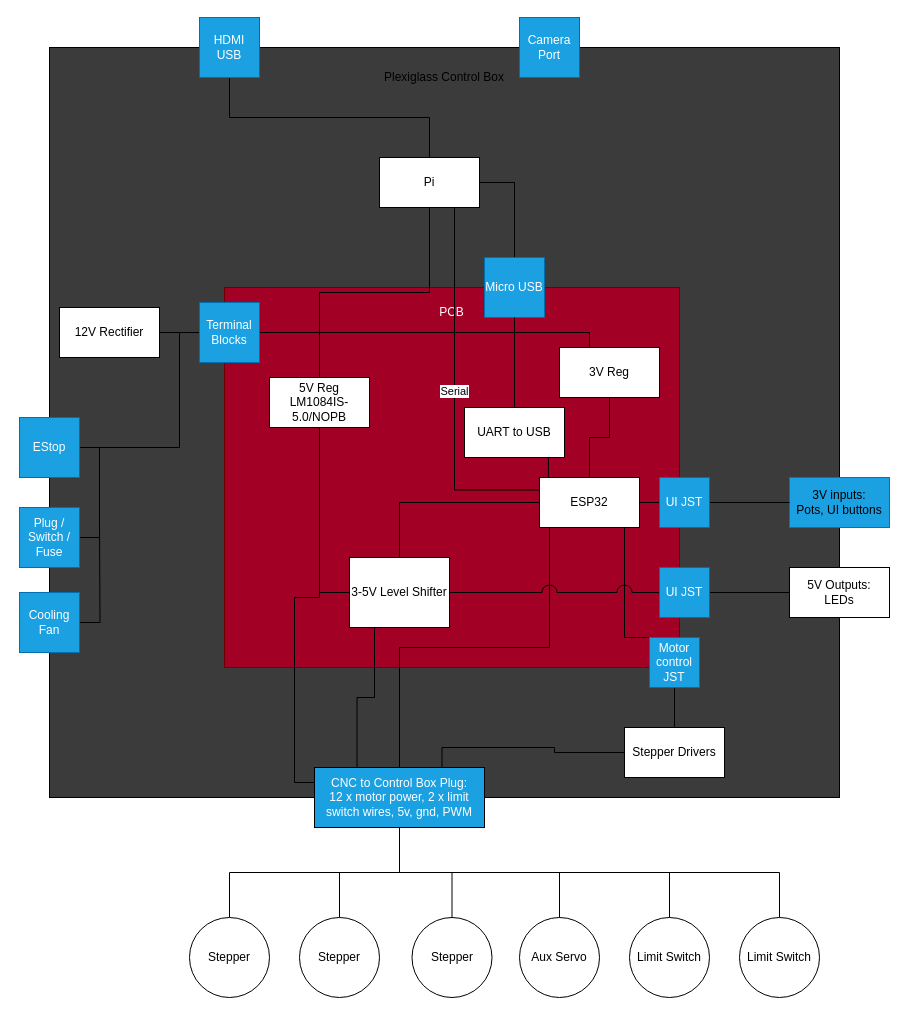
Above: page "HardwareDiagram" (1 of 4) of DesignDocs/DesignDiagrams.drawio in aerolicavoli/PancakeCNC (draw.io), before the change. Source tidied: cells renumbered, new cells numbered last; positions are measured from the earlier drawing's top-left corner, leaving out a move shared by most shapes. Both pictures are drawn from the tidied source at 100%, with x=0, y=0 at pixel (19, 17).
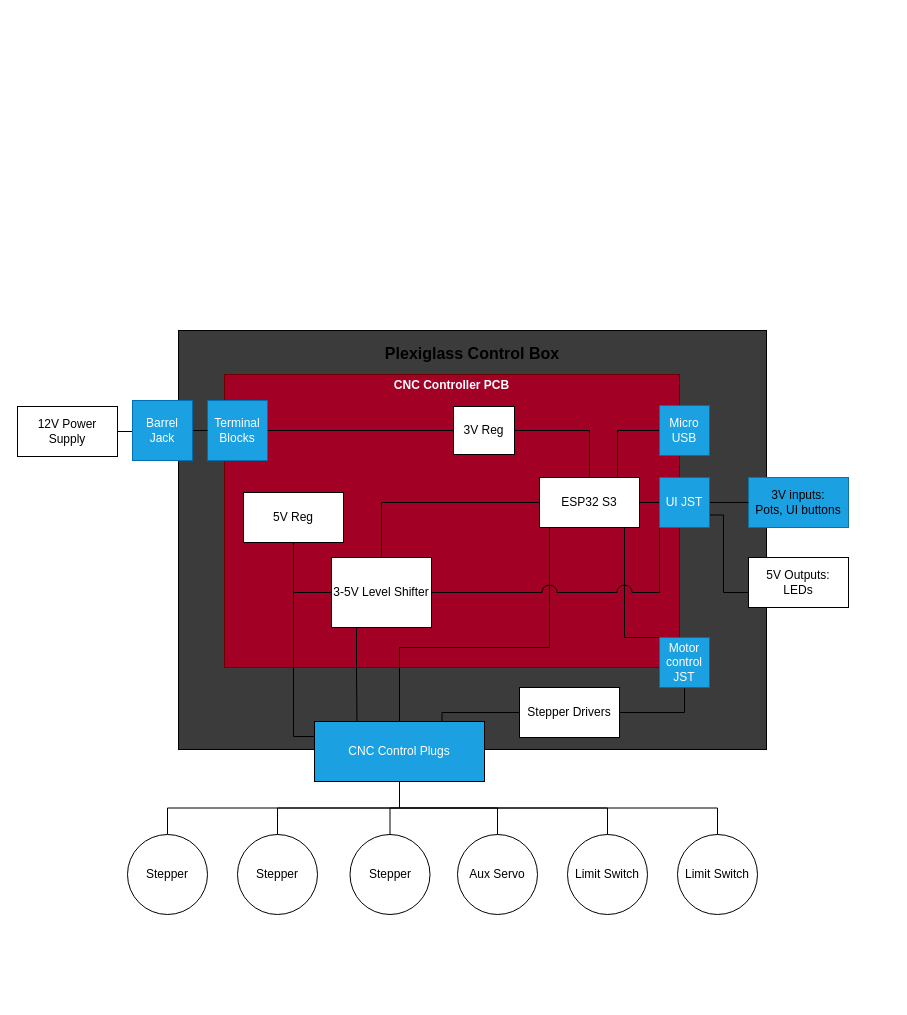
Above is the later version.

Unchanged cells that the change refers to:
```xml
<mxCell id="60" value="UI JST" style="whiteSpace=wrap;html=1;fillColor=#1ba1e2;fontColor=#ffffff;strokeColor=#006EAF;" parent="1" vertex="1">
  <mxGeometry x="640" y="460" width="50" height="50" as="geometry" />
</mxCell>
```

The edit, as a diff of the source:
```diff
@@
-<mxGraphModel>
+<mxGraphModel background="#ffffff">
@@
-    <mxCell id="2" value="Plexiglass Control Box&lt;div&gt;&lt;br&gt;&lt;/div&gt;&lt;div&gt;&lt;br&gt;&lt;/div&gt;&lt;div&gt;&lt;br&gt;&lt;/div&gt;&lt;div&gt;&lt;br&gt;&lt;/div&gt;&lt;div&gt;&lt;br&gt;&lt;/div&gt;&lt;div&gt;&lt;br&gt;&lt;/div&gt;&lt;div&gt;&lt;br&gt;&lt;/div&gt;&lt;div&gt;&lt;br&gt;&lt;/div&gt;&lt;div&gt;&lt;br&gt;&lt;/div&gt;&lt;div&gt;&lt;br&gt;&lt;/div&gt;&lt;div&gt;&lt;br&gt;&lt;/div&gt;&lt;div&gt;&lt;br&gt;&lt;/div&gt;&lt;div&gt;&lt;br&gt;&lt;/div&gt;&lt;div&gt;&lt;br&gt;&lt;/div&gt;&lt;div&gt;&lt;br&gt;&lt;/div&gt;&lt;div&gt;&lt;br&gt;&lt;/div&gt;&lt;div&gt;&lt;br&gt;&lt;/div&gt;&lt;div&gt;&lt;br&gt;&lt;/div&gt;&lt;div&gt;&lt;br&gt;&lt;/div&gt;&lt;div&gt;&lt;br&gt;&lt;/div&gt;&lt;div&gt;&lt;br&gt;&lt;/div&gt;&lt;div&gt;&lt;br&gt;&lt;/div&gt;&lt;div&gt;&lt;br&gt;&lt;/div&gt;&lt;div&gt;&lt;br&gt;&lt;/div&gt;&lt;div&gt;&lt;br&gt;&lt;/div&gt;&lt;div&gt;&lt;br&gt;&lt;/div&gt;&lt;div&gt;&lt;br&gt;&lt;/div&gt;&lt;div&gt;&lt;br&gt;&lt;/div&gt;&lt;div&gt;&lt;br&gt;&lt;/div&gt;&lt;div&gt;&lt;br&gt;&lt;/div&gt;&lt;div&gt;&lt;br&gt;&lt;/div&gt;&lt;div&gt;&lt;br&gt;&lt;/div&gt;&lt;div&gt;&lt;br&gt;&lt;/div&gt;&lt;div&gt;&lt;br&gt;&lt;/div&gt;&lt;div&gt;&lt;br&gt;&lt;/div&gt;&lt;div&gt;&lt;br&gt;&lt;/div&gt;&lt;div&gt;&lt;br&gt;&lt;/div&gt;&lt;div&gt;&lt;br&gt;&lt;/div&gt;&lt;div&gt;&lt;br&gt;&lt;/div&gt;&lt;div&gt;&lt;br&gt;&lt;/div&gt;&lt;div&gt;&lt;br&gt;&lt;/div&gt;&lt;div&gt;&lt;br&gt;&lt;/div&gt;&lt;div&gt;&lt;br&gt;&lt;/div&gt;&lt;div&gt;&lt;br&gt;&lt;/div&gt;&lt;div&gt;&lt;br&gt;&lt;/div&gt;&lt;div&gt;&lt;br&gt;&lt;/div&gt;&lt;div&gt;&lt;br&gt;&lt;/div&gt;&lt;div&gt;&lt;br&gt;&lt;/div&gt;" style="rounded=0;whiteSpace=wrap;html=1;fillStyle=solid;fillColor=#3B3B3B;" parent="1" vertex="1">
-      <mxGeometry x="30" y="30" width="790" height="750" as="geometry" />
+    <mxCell id="2" value="&lt;font style=&quot;font-size: 16px;&quot;&gt;&lt;b&gt;Plexiglass Control Box&lt;/b&gt;&lt;/font&gt;&lt;div&gt;&lt;br&gt;&lt;/div&gt;&lt;div&gt;&lt;br&gt;&lt;/div&gt;&lt;div&gt;&lt;br&gt;&lt;/div&gt;&lt;div&gt;&lt;br&gt;&lt;/div&gt;&lt;div&gt;&lt;br&gt;&lt;/div&gt;&lt;div&gt;&lt;br&gt;&lt;/div&gt;&lt;div&gt;&lt;br&gt;&lt;/div&gt;&lt;div&gt;&lt;br&gt;&lt;/div&gt;&lt;div&gt;&lt;br&gt;&lt;/div&gt;&lt;div&gt;&lt;br&gt;&lt;/div&gt;&lt;div&gt;&lt;br&gt;&lt;/div&gt;&lt;div&gt;&lt;br&gt;&lt;/div&gt;&lt;div&gt;&lt;br&gt;&lt;/div&gt;&lt;div&gt;&lt;br&gt;&lt;/div&gt;&lt;div&gt;&lt;br&gt;&lt;/div&gt;&lt;div&gt;&lt;br&gt;&lt;/div&gt;&lt;div&gt;&lt;br&gt;&lt;/div&gt;&lt;div&gt;&lt;br&gt;&lt;/div&gt;&lt;div&gt;&lt;br&gt;&lt;/div&gt;&lt;div&gt;&lt;br&gt;&lt;/div&gt;&lt;div&gt;&lt;br&gt;&lt;/div&gt;&lt;div&gt;&lt;br&gt;&lt;/div&gt;&lt;div&gt;&lt;br&gt;&lt;/div&gt;&lt;div&gt;&lt;br&gt;&lt;/div&gt;&lt;div&gt;&lt;br&gt;&lt;/div&gt;&lt;div&gt;&lt;br&gt;&lt;/div&gt;" style="rounded=0;whiteSpace=wrap;html=1;fillStyle=solid;fillColor=#3B3B3B;" parent="1" vertex="1">
+      <mxGeometry x="159" y="313" width="588" height="419" as="geometry" />
     </mxCell>
-    <mxCell id="3" value="PCB&lt;div&gt;&lt;br&gt;&lt;/div&gt;&lt;div&gt;&lt;br&gt;&lt;/div&gt;&lt;div&gt;&lt;br&gt;&lt;/div&gt;&lt;div&gt;&lt;br&gt;&lt;/div&gt;&lt;div&gt;&lt;br&gt;&lt;/div&gt;&lt;div&gt;&lt;br&gt;&lt;/div&gt;&lt;div&gt;&lt;br&gt;&lt;/div&gt;&lt;div&gt;&lt;br&gt;&lt;/div&gt;&lt;div&gt;&lt;br&gt;&lt;/div&gt;&lt;div&gt;&lt;br&gt;&lt;/div&gt;&lt;div&gt;&lt;br&gt;&lt;/div&gt;&lt;div&gt;&lt;br&gt;&lt;/div&gt;&lt;div&gt;&lt;br&gt;&lt;/div&gt;&lt;div&gt;&lt;br&gt;&lt;/div&gt;&lt;div&gt;&lt;br&gt;&lt;/div&gt;&lt;div&gt;&lt;br&gt;&lt;/div&gt;&lt;div&gt;&lt;br&gt;&lt;/div&gt;&lt;div&gt;&lt;br&gt;&lt;/div&gt;&lt;div&gt;&lt;br&gt;&lt;/div&gt;&lt;div&gt;&lt;br&gt;&lt;/div&gt;&lt;div&gt;&lt;br&gt;&lt;/div&gt;&lt;div&gt;&lt;br&gt;&lt;/div&gt;&lt;div&gt;&lt;br&gt;&lt;/div&gt;" style="rounded=0;whiteSpace=wrap;html=1;fillColor=#a20025;fontColor=#ffffff;strokeColor=#6F0000;" parent="1" vertex="1">
-      <mxGeometry x="205" y="270" width="455" height="380" as="geometry" />
+    <mxCell id="3" value="&lt;b&gt;CNC Controller PCB&lt;/b&gt;&lt;div&gt;&lt;br&gt;&lt;/div&gt;&lt;div&gt;&lt;br&gt;&lt;/div&gt;&lt;div&gt;&lt;br&gt;&lt;/div&gt;&lt;div&gt;&lt;br&gt;&lt;/div&gt;&lt;div&gt;&lt;br&gt;&lt;/div&gt;&lt;div&gt;&lt;br&gt;&lt;/div&gt;&lt;div&gt;&lt;br&gt;&lt;/div&gt;&lt;div&gt;&lt;br&gt;&lt;/div&gt;&lt;div&gt;&lt;br&gt;&lt;/div&gt;&lt;div&gt;&lt;br&gt;&lt;/div&gt;&lt;div&gt;&lt;br&gt;&lt;/div&gt;&lt;div&gt;&lt;br&gt;&lt;/div&gt;&lt;div&gt;&lt;br&gt;&lt;/div&gt;&lt;div&gt;&lt;br&gt;&lt;/div&gt;&lt;div&gt;&lt;br&gt;&lt;/div&gt;&lt;div&gt;&lt;br&gt;&lt;/div&gt;&lt;div&gt;&lt;br&gt;&lt;/div&gt;&lt;div&gt;&lt;br&gt;&lt;/div&gt;&lt;div&gt;&lt;br&gt;&lt;/div&gt;" style="rounded=0;whiteSpace=wrap;html=1;fillColor=#a20025;fontColor=#ffffff;strokeColor=#6F0000;" parent="1" vertex="1">
+      <mxGeometry x="205" y="357" width="455" height="293" as="geometry" />
     </mxCell>
-    <mxCell id="4" style="edgeStyle=orthogonalEdgeStyle;rounded=0;jettySize=auto;html=1;exitX=0.5;exitY=0;exitDx=0;exitDy=0;entryX=1;entryY=0.5;entryDx=0;entryDy=0;endArrow=none;endFill=0;" parent="1" edge="1" source="7" target="10">
-      <mxGeometry relative="1" as="geometry" />
-    </mxCell>
@@
-    <mxCell id="7" value="5V Reg&lt;div&gt;LM1084IS-5.0/NOPB&lt;br&gt;&lt;/div&gt;" style="rounded=0;whiteSpace=wrap;html=1;" parent="1" vertex="1">
-      <mxGeometry x="250" y="360" width="100" height="50" as="geometry" />
+    <mxCell id="7" value="5V Reg" style="rounded=0;whiteSpace=wrap;html=1;" parent="1" vertex="1">
+      <mxGeometry x="224" y="475" width="100" height="50" as="geometry" />
     </mxCell>
     <mxCell id="8" value="3V Reg" style="rounded=0;whiteSpace=wrap;html=1;" parent="1" vertex="1">
-      <mxGeometry x="540" y="330" width="100" height="50" as="geometry" />
+      <mxGeometry x="434" y="389" width="61" height="48" as="geometry" />
     </mxCell>
-    <mxCell id="9" style="edgeStyle=orthogonalEdgeStyle;rounded=0;jettySize=auto;html=1;exitX=1;exitY=0.5;exitDx=0;exitDy=0;entryX=0.5;entryY=0;entryDx=0;entryDy=0;endArrow=none;endFill=0;" parent="1" edge="1" source="10" target="8">
+    <mxCell id="9" style="edgeStyle=orthogonalEdgeStyle;rounded=0;jettySize=auto;html=1;exitX=1;exitY=0.5;exitDx=0;exitDy=0;entryX=0;entryY=0.5;entryDx=0;entryDy=0;endArrow=none;endFill=0;" parent="1" edge="1" source="22" target="8">
       <mxGeometry relative="1" as="geometry">
         <Array as="points">
-          <mxPoint x="570" y="315" />
+          <mxPoint x="243" y="404" />
         </Array>
       </mxGeometry>
     </mxCell>
+    <mxCell id="61" style="edgeStyle=orthogonalEdgeStyle;rounded=0;jettySize=auto;html=1;exitX=1;exitY=0.5;exitDx=0;exitDy=0;entryX=0;entryY=0.5;entryDx=0;entryDy=0;strokeColor=#000000;endArrow=none;endFill=0;" parent="1" edge="1" source="10" target="63">
+      <mxGeometry relative="1" as="geometry" />
+    </mxCell>
-    <mxCell id="10" value="12V Rectifier" style="rounded=0;whiteSpace=wrap;html=1;" parent="1" vertex="1">
-      <mxGeometry x="40" y="290" width="100" height="50" as="geometry" />
+    <mxCell id="10" value="12V Power Supply" style="rounded=0;whiteSpace=wrap;html=1;" parent="1" vertex="1">
+      <mxGeometry x="-2" y="389" width="100" height="50" as="geometry" />
     </mxCell>
     <mxCell id="11" value="3V inputs:&lt;div&gt;Pots, UI buttons&lt;/div&gt;" style="rounded=0;whiteSpace=wrap;html=1;fillColor=#1ba1e2;strokeColor=#10739e;" parent="1" vertex="1">
-      <mxGeometry x="770" y="460" width="100" height="50" as="geometry" />
+      <mxGeometry x="729" y="460" width="100" height="50" as="geometry" />
     </mxCell>
@@
-    <mxCell id="13" style="edgeStyle=orthogonalEdgeStyle;rounded=0;jettySize=auto;html=1;exitX=0.5;exitY=0;exitDx=0;exitDy=0;entryX=0.5;entryY=1;entryDx=0;entryDy=0;endArrow=none;endFill=0;" parent="1" edge="1" source="17" target="8">
+    <mxCell id="13" style="edgeStyle=orthogonalEdgeStyle;rounded=0;jettySize=auto;html=1;exitX=0.5;exitY=0;exitDx=0;exitDy=0;entryX=1;entryY=0.5;entryDx=0;entryDy=0;endArrow=none;endFill=0;" parent="1" edge="1" source="17" target="8">
       <mxGeometry relative="1" as="geometry" />
     </mxCell>
@@
-    <mxCell id="17" value="ESP32" style="rounded=0;whiteSpace=wrap;html=1;" parent="1" vertex="1">
+    <mxCell id="17" value="ESP32 S3" style="rounded=0;whiteSpace=wrap;html=1;" parent="1" vertex="1">
       <mxGeometry x="520" y="460" width="100" height="50" as="geometry" />
     </mxCell>
-    <mxCell id="18" style="edgeStyle=orthogonalEdgeStyle;rounded=0;jettySize=auto;html=1;exitX=1;exitY=0.5;exitDx=0;exitDy=0;endArrow=none;endFill=0;jumpStyle=arc;jumpSize=15;" parent="1" edge="1" source="58" target="21">
-      <mxGeometry relative="1" as="geometry" />
+    <mxCell id="18" style="edgeStyle=orthogonalEdgeStyle;rounded=0;jettySize=auto;html=1;exitX=1;exitY=0.75;exitDx=0;exitDy=0;endArrow=none;endFill=0;jumpStyle=arc;jumpSize=15;" parent="1" edge="1" source="60" target="21">
+      <mxGeometry relative="1" as="geometry">
+        <Array as="points">
+          <mxPoint x="704" y="498" />
+          <mxPoint x="704" y="575" />
+        </Array>
+      </mxGeometry>
     </mxCell>
@@
     <mxCell id="20" value="3-5V Level Shifter" style="rounded=0;whiteSpace=wrap;html=1;" parent="1" vertex="1">
-      <mxGeometry x="330" y="540" width="100" height="70" as="geometry" />
+      <mxGeometry x="312" y="540" width="100" height="70" as="geometry" />
     </mxCell>
     <mxCell id="21" value="5V Outputs:&lt;div&gt;LEDs&lt;/div&gt;" style="rounded=0;whiteSpace=wrap;html=1;" parent="1" vertex="1">
-      <mxGeometry x="770" y="550" width="100" height="50" as="geometry" />
+      <mxGeometry x="729" y="540" width="100" height="50" as="geometry" />
     </mxCell>
     <mxCell id="22" value="Terminal Blocks" style="whiteSpace=wrap;html=1;fillColor=#1ba1e2;fontColor=#ffffff;strokeColor=#006EAF;" parent="1" vertex="1">
-      <mxGeometry x="180" y="285" width="60" height="60" as="geometry" />
+      <mxGeometry x="188" y="383" width="60" height="60" as="geometry" />
     </mxCell>
@@
     <mxCell id="24" value="Motor control JST" style="whiteSpace=wrap;html=1;fillColor=#1ba1e2;fontColor=#ffffff;strokeColor=#006EAF;" parent="1" vertex="1">
-      <mxGeometry x="630" y="620" width="50" height="50" as="geometry" />
+      <mxGeometry x="640" y="620" width="50" height="50" as="geometry" />
     </mxCell>
     <mxCell id="25" style="edgeStyle=orthogonalEdgeStyle;rounded=0;jettySize=auto;html=1;exitX=0;exitY=0.5;exitDx=0;exitDy=0;entryX=0.75;entryY=0;entryDx=0;entryDy=0;endArrow=none;endFill=0;" parent="1" edge="1" source="26" target="34">
-      <mxGeometry relative="1" as="geometry" />
+      <mxGeometry relative="1" as="geometry">
+        <Array as="points">
+          <mxPoint x="423" y="695" />
+        </Array>
+      </mxGeometry>
     </mxCell>
     <mxCell id="26" value="Stepper Drivers" style="rounded=0;whiteSpace=wrap;html=1;" parent="1" vertex="1">
-      <mxGeometry x="605" y="710" width="100" height="50" as="geometry" />
+      <mxGeometry x="500" y="670" width="100" height="50" as="geometry" />
     </mxCell>
-    <mxCell id="27" style="edgeStyle=orthogonalEdgeStyle;rounded=0;jettySize=auto;html=1;exitX=1;exitY=0.5;exitDx=0;exitDy=0;entryX=1;entryY=0.5;entryDx=0;entryDy=0;endArrow=none;endFill=0;" parent="1" edge="1" source="28" target="30">
-      <mxGeometry relative="1" as="geometry" />
-    </mxCell>
-    <mxCell id="28" value="Plug / Switch / Fuse" style="whiteSpace=wrap;html=1;fillColor=#1ba1e2;fontColor=#ffffff;strokeColor=#006EAF;" parent="1" vertex="1">
-      <mxGeometry y="490" width="60" height="60" as="geometry" />
-    </mxCell>
-    <mxCell id="29" style="edgeStyle=orthogonalEdgeStyle;rounded=0;jettySize=auto;html=1;exitX=1;exitY=0.5;exitDx=0;exitDy=0;entryX=1;entryY=0.5;entryDx=0;entryDy=0;endArrow=none;endFill=0;" parent="1" edge="1" source="30" target="10">
-      <mxGeometry relative="1" as="geometry" />
-    </mxCell>
-    <mxCell id="30" value="EStop" style="whiteSpace=wrap;html=1;fillColor=#1ba1e2;fontColor=#ffffff;strokeColor=#006EAF;" parent="1" vertex="1">
-      <mxGeometry y="400" width="60" height="60" as="geometry" />
-    </mxCell>
-    <mxCell id="31" style="edgeStyle=orthogonalEdgeStyle;rounded=0;jettySize=auto;html=1;exitX=1;exitY=0.5;exitDx=0;exitDy=0;endArrow=none;endFill=0;" parent="1" edge="1" source="32">
-      <mxGeometry relative="1" as="geometry">
-        <mxPoint x="80" y="510" as="targetPoint" />
-      </mxGeometry>
-    </mxCell>
-    <mxCell id="32" value="Cooling Fan" style="whiteSpace=wrap;html=1;fillColor=#1ba1e2;fontColor=#ffffff;strokeColor=#006EAF;" parent="1" vertex="1">
-      <mxGeometry y="575" width="60" height="60" as="geometry" />
-    </mxCell>
-    <mxCell id="33" style="edgeStyle=orthogonalEdgeStyle;rounded=0;jettySize=auto;html=1;exitX=0.5;exitY=1;exitDx=0;exitDy=0;entryX=0.5;entryY=0;entryDx=0;entryDy=0;endArrow=none;endFill=0;" parent="1" edge="1" source="34" target="35">
+    <mxCell id="33" style="edgeStyle=orthogonalEdgeStyle;rounded=0;jettySize=auto;html=1;exitX=0.5;exitY=1;exitDx=0;exitDy=0;entryX=0.5;entryY=0;entryDx=0;entryDy=0;endArrow=none;endFill=0;strokeColor=#000000;" parent="1" edge="1" source="34" target="35">
       <mxGeometry relative="1" as="geometry" />
     </mxCell>
-    <mxCell id="34" value="&lt;span style=&quot;color: rgb(255, 255, 255);&quot;&gt;CNC to Control Box Plug:&lt;/span&gt;&lt;br style=&quot;color: rgb(255, 255, 255);&quot;&gt;&lt;span style=&quot;color: rgb(255, 255, 255);&quot;&gt;12 x motor power, 2 x limit switch wires, 5v, gnd, PWM&lt;/span&gt;" style="rounded=0;whiteSpace=wrap;html=1;fillColor=#1ba1e2;" parent="1" vertex="1">
-      <mxGeometry x="295" y="750" width="170" height="60" as="geometry" />
+    <mxCell id="34" value="&lt;font color=&quot;#ffffff&quot;&gt;CNC Control Plugs&lt;/font&gt;" style="rounded=0;whiteSpace=wrap;html=1;fillColor=#1ba1e2;" parent="1" vertex="1">
+      <mxGeometry x="295" y="704" width="170" height="60" as="geometry" />
     </mxCell>
-    <mxCell id="35" value="Stepper" style="ellipse;whiteSpace=wrap;html=1;" parent="1" vertex="1">
-      <mxGeometry x="170" y="900" width="80" height="80" as="geometry" />
+    <mxCell id="35" value="Stepper" style="ellipse;whiteSpace=wrap;html=1;strokeColor=#000000;" parent="1" vertex="1">
+      <mxGeometry x="108" y="817" width="80" height="80" as="geometry" />
     </mxCell>
-    <mxCell id="36" value="Stepper" style="ellipse;whiteSpace=wrap;html=1;" parent="1" vertex="1">
-      <mxGeometry x="280" y="900" width="80" height="80" as="geometry" />
+    <mxCell id="36" value="Stepper" style="ellipse;whiteSpace=wrap;html=1;strokeColor=#000000;" parent="1" vertex="1">
+      <mxGeometry x="218" y="817" width="80" height="80" as="geometry" />
     </mxCell>
-    <mxCell id="37" value="Stepper" style="ellipse;whiteSpace=wrap;html=1;" parent="1" vertex="1">
-      <mxGeometry x="392.5" y="900" width="80" height="80" as="geometry" />
+    <mxCell id="37" value="Stepper" style="ellipse;whiteSpace=wrap;html=1;strokeColor=#000000;" parent="1" vertex="1">
+      <mxGeometry x="330.5" y="817" width="80" height="80" as="geometry" />
     </mxCell>
-    <mxCell id="38" value="Aux Servo" style="ellipse;whiteSpace=wrap;html=1;" parent="1" vertex="1">
-      <mxGeometry x="500" y="900" width="80" height="80" as="geometry" />
+    <mxCell id="38" value="Aux Servo" style="ellipse;whiteSpace=wrap;html=1;strokeColor=#000000;" parent="1" vertex="1">
+      <mxGeometry x="438" y="817" width="80" height="80" as="geometry" />
     </mxCell>
-    <mxCell id="39" value="Limit Switch" style="ellipse;whiteSpace=wrap;html=1;" parent="1" vertex="1">
-      <mxGeometry x="610" y="900" width="80" height="80" as="geometry" />
+    <mxCell id="39" value="Limit Switch" style="ellipse;whiteSpace=wrap;html=1;strokeColor=#000000;" parent="1" vertex="1">
+      <mxGeometry x="548" y="817" width="80" height="80" as="geometry" />
     </mxCell>
-    <mxCell id="40" value="Limit Switch" style="ellipse;whiteSpace=wrap;html=1;" parent="1" vertex="1">
-      <mxGeometry x="720" y="900" width="80" height="80" as="geometry" />
+    <mxCell id="40" value="Limit Switch" style="ellipse;whiteSpace=wrap;html=1;strokeColor=#000000;" parent="1" vertex="1">
+      <mxGeometry x="658" y="817" width="80" height="80" as="geometry" />
     </mxCell>
-    <mxCell id="41" style="edgeStyle=orthogonalEdgeStyle;rounded=0;jettySize=auto;html=1;exitX=0.5;exitY=1;exitDx=0;exitDy=0;entryX=0.5;entryY=0;entryDx=0;entryDy=0;endArrow=none;endFill=0;" parent="1" edge="1" source="34" target="36">
+    <mxCell id="41" style="edgeStyle=orthogonalEdgeStyle;rounded=0;jettySize=auto;html=1;exitX=0.5;exitY=1;exitDx=0;exitDy=0;entryX=0.5;entryY=0;entryDx=0;entryDy=0;endArrow=none;endFill=0;strokeColor=#000000;" parent="1" edge="1" source="34" target="36">
       <mxGeometry relative="1" as="geometry" />
     </mxCell>
-    <mxCell id="42" style="edgeStyle=orthogonalEdgeStyle;rounded=0;jettySize=auto;html=1;exitX=0.5;exitY=1;exitDx=0;exitDy=0;entryX=0.5;entryY=0;entryDx=0;entryDy=0;endArrow=none;endFill=0;" parent="1" edge="1" source="34" target="37">
+    <mxCell id="42" style="edgeStyle=orthogonalEdgeStyle;rounded=0;jettySize=auto;html=1;exitX=0.5;exitY=1;exitDx=0;exitDy=0;entryX=0.5;entryY=0;entryDx=0;entryDy=0;endArrow=none;endFill=0;strokeColor=#000000;" parent="1" edge="1" source="34" target="37">
       <mxGeometry relative="1" as="geometry" />
     </mxCell>
-    <mxCell id="43" style="edgeStyle=orthogonalEdgeStyle;rounded=0;jettySize=auto;html=1;exitX=0.5;exitY=1;exitDx=0;exitDy=0;endArrow=none;endFill=0;" parent="1" edge="1" source="34" target="38">
+    <mxCell id="43" style="edgeStyle=orthogonalEdgeStyle;rounded=0;jettySize=auto;html=1;exitX=0.5;exitY=1;exitDx=0;exitDy=0;endArrow=none;endFill=0;strokeColor=#000000;" parent="1" edge="1" source="34" target="38">
       <mxGeometry relative="1" as="geometry" />
     </mxCell>
-    <mxCell id="44" style="edgeStyle=orthogonalEdgeStyle;rounded=0;jettySize=auto;html=1;exitX=0.5;exitY=1;exitDx=0;exitDy=0;endArrow=none;endFill=0;entryX=0.5;entryY=0;entryDx=0;entryDy=0;" parent="1" edge="1" source="34" target="39">
+    <mxCell id="44" style="edgeStyle=orthogonalEdgeStyle;rounded=0;jettySize=auto;html=1;exitX=0.5;exitY=1;exitDx=0;exitDy=0;endArrow=none;endFill=0;entryX=0.5;entryY=0;entryDx=0;entryDy=0;strokeColor=#000000;" parent="1" edge="1" source="34" target="39">
       <mxGeometry relative="1" as="geometry" />
     </mxCell>
-    <mxCell id="45" style="edgeStyle=orthogonalEdgeStyle;rounded=0;jettySize=auto;html=1;exitX=0.5;exitY=1;exitDx=0;exitDy=0;endArrow=none;endFill=0;entryX=0.5;entryY=0;entryDx=0;entryDy=0;" parent="1" edge="1" source="34" target="40">
+    <mxCell id="45" style="edgeStyle=orthogonalEdgeStyle;rounded=0;jettySize=auto;html=1;exitX=0.5;exitY=1;exitDx=0;exitDy=0;endArrow=none;endFill=0;entryX=0.5;entryY=0;entryDx=0;entryDy=0;strokeColor=#000000;" parent="1" edge="1" source="34" target="40">
       <mxGeometry relative="1" as="geometry" />
     </mxCell>
-    <mxCell id="46" style="edgeStyle=orthogonalEdgeStyle;rounded=0;jettySize=auto;html=1;exitX=0.5;exitY=1;exitDx=0;exitDy=0;endArrow=none;endFill=0;" parent="1" edge="1" source="48" target="7">
-      <mxGeometry relative="1" as="geometry" />
-    </mxCell>
-    <mxCell id="47" value="Serial" style="edgeStyle=orthogonalEdgeStyle;rounded=0;jettySize=auto;html=1;exitX=0.75;exitY=1;exitDx=0;exitDy=0;entryX=0;entryY=0.25;entryDx=0;entryDy=0;endArrow=none;endFill=0;" parent="1" edge="1" source="48" target="17">
-      <mxGeometry relative="1" as="geometry" />
-    </mxCell>
-    <mxCell id="48" value="Pi" style="rounded=0;whiteSpace=wrap;html=1;" parent="1" vertex="1">
-      <mxGeometry x="360" y="140" width="100" height="50" as="geometry" />
-    </mxCell>
-    <mxCell id="49" style="edgeStyle=orthogonalEdgeStyle;rounded=0;jettySize=auto;html=1;exitX=0.5;exitY=1;exitDx=0;exitDy=0;entryX=0.5;entryY=0;entryDx=0;entryDy=0;endArrow=none;endFill=0;" parent="1" edge="1" source="50" target="48">
-      <mxGeometry relative="1" as="geometry" />
-    </mxCell>
-    <mxCell id="50" value="HDMI&lt;div&gt;USB&lt;/div&gt;" style="whiteSpace=wrap;html=1;fillColor=#1ba1e2;fontColor=#ffffff;strokeColor=#006EAF;" parent="1" vertex="1">
-      <mxGeometry x="180" width="60" height="60" as="geometry" />
-    </mxCell>
-    <mxCell id="51" style="edgeStyle=orthogonalEdgeStyle;rounded=0;jettySize=auto;html=1;exitX=0.5;exitY=0;exitDx=0;exitDy=0;entryX=1;entryY=0.5;entryDx=0;entryDy=0;endArrow=none;endFill=0;" parent="1" edge="1" source="52" target="48">
-      <mxGeometry relative="1" as="geometry" />
-    </mxCell>
-    <mxCell id="52" value="Micro USB" style="whiteSpace=wrap;html=1;fillColor=#1ba1e2;fontColor=#ffffff;strokeColor=#006EAF;" parent="1" vertex="1">
-      <mxGeometry x="465" y="240" width="60" height="60" as="geometry" />
-    </mxCell>
-    <mxCell id="53" style="edgeStyle=orthogonalEdgeStyle;rounded=0;jettySize=auto;html=1;exitX=0.5;exitY=0;exitDx=0;exitDy=0;entryX=0.5;entryY=1;entryDx=0;entryDy=0;endArrow=none;endFill=0;" parent="1" edge="1" source="54" target="52">
-      <mxGeometry relative="1" as="geometry" />
+    <mxCell id="53" style="edgeStyle=orthogonalEdgeStyle;rounded=0;jettySize=auto;html=1;exitX=0.75;exitY=0;exitDx=0;exitDy=0;entryX=0;entryY=0.5;entryDx=0;entryDy=0;endArrow=none;endFill=0;" parent="1" edge="1" source="17" target="52">
+      <mxGeometry relative="1" as="geometry">
+        <Array as="points">
+          <mxPoint x="598" y="460" />
+          <mxPoint x="598" y="413" />
+        </Array>
+      </mxGeometry>
     </mxCell>
-    <mxCell id="54" value="UART to USB" style="rounded=0;whiteSpace=wrap;html=1;" parent="1" vertex="1">
-      <mxGeometry x="445" y="390" width="100" height="50" as="geometry" />
-    </mxCell>
-    <mxCell id="55" style="edgeStyle=orthogonalEdgeStyle;rounded=0;jettySize=auto;html=1;exitX=0.25;exitY=0;exitDx=0;exitDy=0;entryX=0.839;entryY=1.004;entryDx=0;entryDy=0;entryPerimeter=0;endArrow=none;endFill=0;" parent="1" edge="1" source="17" target="54">
-      <mxGeometry relative="1" as="geometry" />
-    </mxCell>
-    <mxCell id="56" value="Camera Port" style="whiteSpace=wrap;html=1;fillColor=#1ba1e2;fontColor=#ffffff;strokeColor=#006EAF;" parent="1" vertex="1">
-      <mxGeometry x="500" width="60" height="60" as="geometry" />
-    </mxCell>
-    <mxCell id="57" style="edgeStyle=orthogonalEdgeStyle;rounded=0;jettySize=auto;html=1;exitX=1;exitY=0.5;exitDx=0;exitDy=0;endArrow=none;endFill=0;jumpStyle=arc;jumpSize=15;" parent="1" edge="1" source="20" target="58">
+    <mxCell id="57" style="edgeStyle=orthogonalEdgeStyle;rounded=0;jettySize=auto;html=1;exitX=1;exitY=0.5;exitDx=0;exitDy=0;endArrow=none;endFill=0;jumpStyle=arc;jumpSize=15;entryX=0;entryY=1;entryDx=0;entryDy=0;" parent="1" edge="1" source="20" target="60">
       <mxGeometry relative="1" as="geometry" />
     </mxCell>
-    <mxCell id="58" value="UI JST" style="whiteSpace=wrap;html=1;fillColor=#1ba1e2;fontColor=#ffffff;strokeColor=#006EAF;" parent="1" vertex="1">
-      <mxGeometry x="640" y="550" width="50" height="50" as="geometry" />
-    </mxCell>
@@
+    <mxCell id="52" value="Micro USB" style="whiteSpace=wrap;html=1;fillColor=#1ba1e2;fontColor=#ffffff;strokeColor=#006EAF;" parent="1" vertex="1">
+      <mxGeometry x="640" y="388" width="50" height="50" as="geometry" />
+    </mxCell>
+    <mxCell id="62" style="edgeStyle=orthogonalEdgeStyle;rounded=0;jettySize=auto;html=1;exitX=1;exitY=0.5;exitDx=0;exitDy=0;entryX=0;entryY=0.5;entryDx=0;entryDy=0;endArrow=none;endFill=0;" parent="1" edge="1" source="63" target="22">
+      <mxGeometry relative="1" as="geometry" />
+    </mxCell>
+    <mxCell id="63" value="Barrel Jack" style="whiteSpace=wrap;html=1;fillColor=#1ba1e2;fontColor=#ffffff;strokeColor=#006EAF;" parent="1" vertex="1">
+      <mxGeometry x="113" y="383" width="60" height="60" as="geometry" />
+    </mxCell>
```
